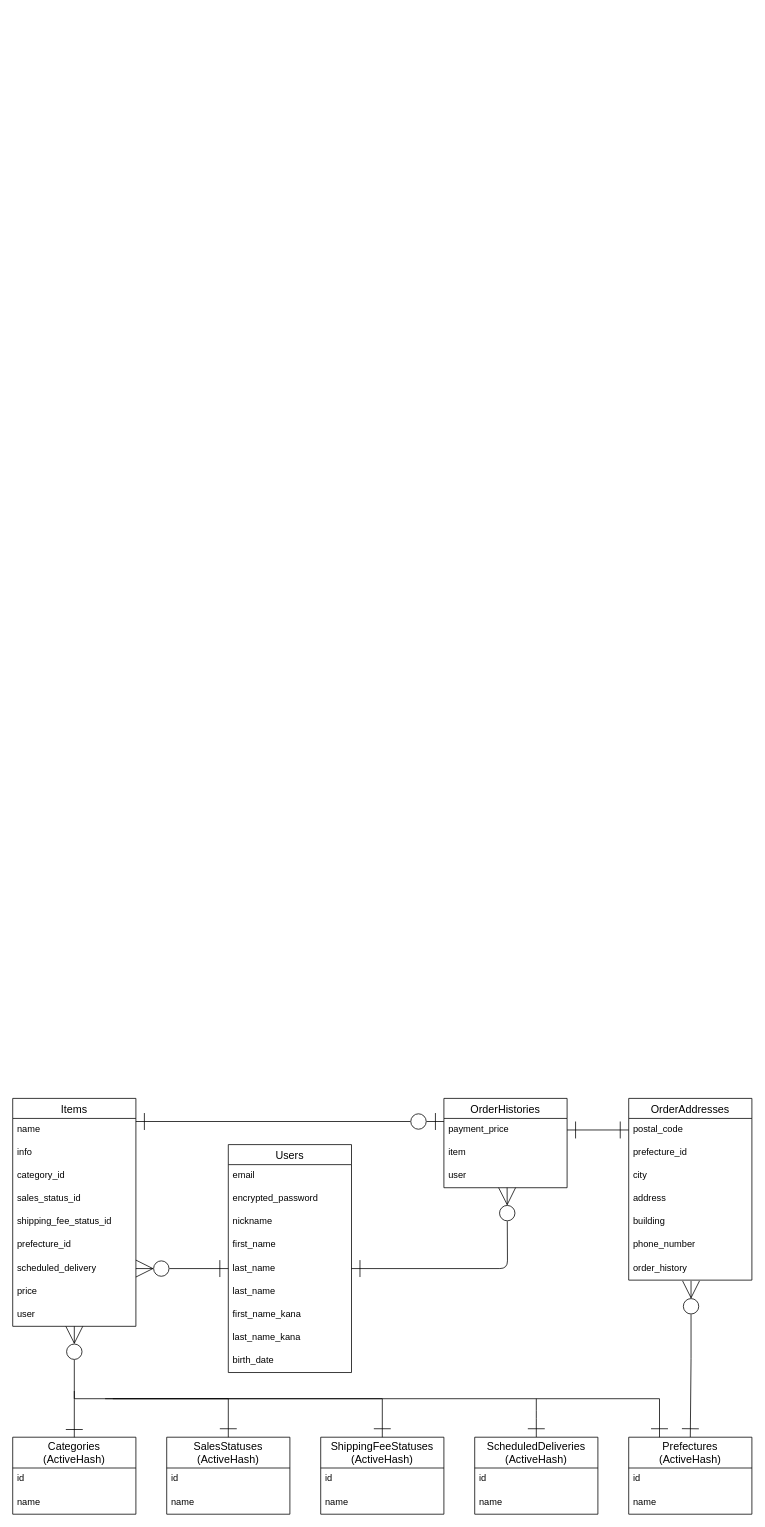
Above: ER.dio in Koji5/furima-39167 (draw.io), before the change. Source tidied: cells renumbered, new cells numbered last; positions are measured from the earlier drawing's top-left corner, leaving out a move shared by most shapes. Both pictures are drawn from the tidied source at 77%, with x=0, y=0 at pixel (12, 1098).
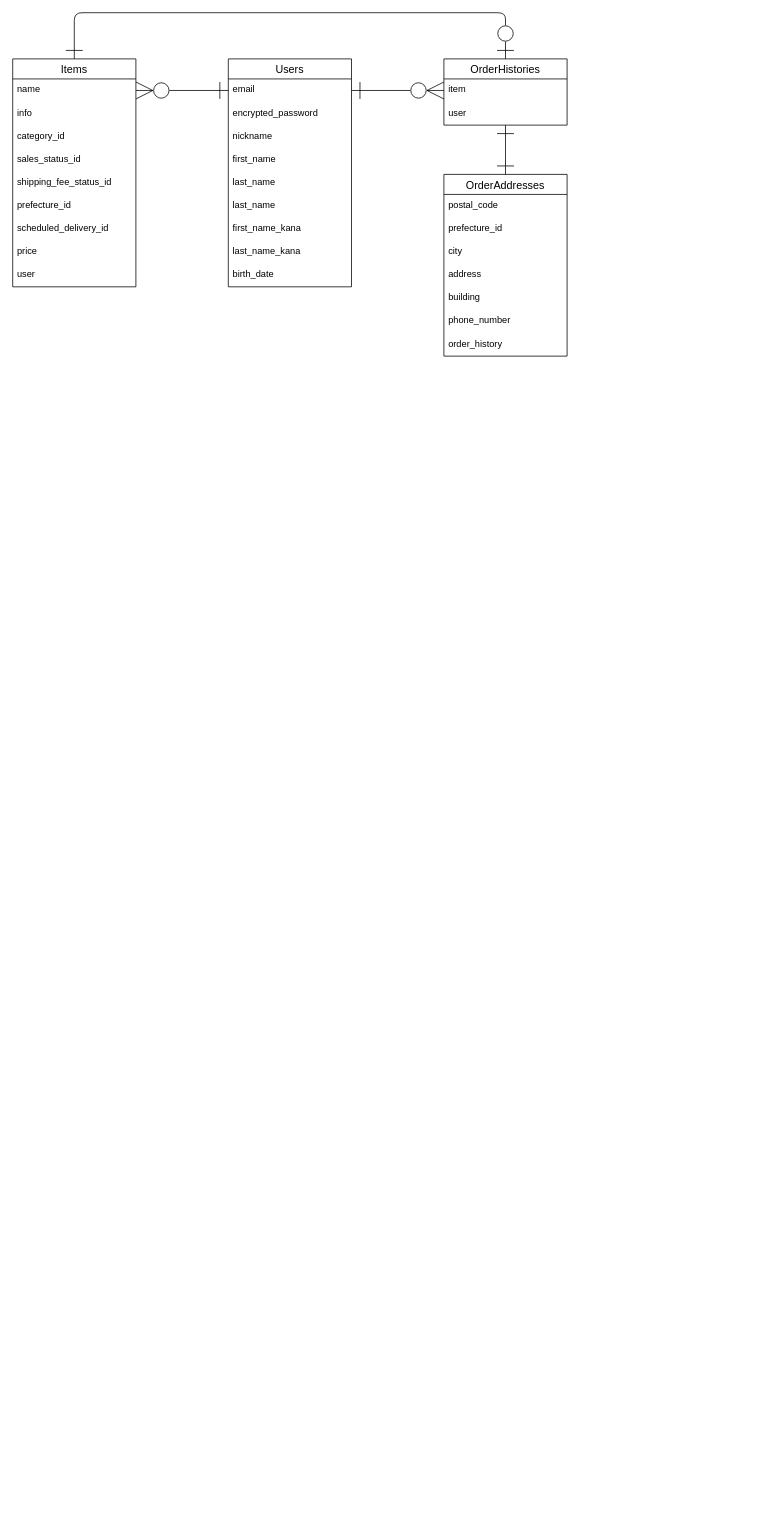
After the change.

Unchanged cells that the change refers to:
```xml
<mxCell id="4" value="email" style="text;strokeColor=none;fillColor=none;spacingLeft=4;spacingRight=4;overflow=hidden;points=[[0,0.5],[1,0.5]];portConstraint=eastwest;fontSize=12;rounded=0;" parent="3" vertex="1">
  <mxGeometry y="26" width="160" height="30" as="geometry" />
</mxCell>
<mxCell id="8" value="last_name" style="text;strokeColor=none;fillColor=none;spacingLeft=4;spacingRight=4;overflow=hidden;points=[[0,0.5],[1,0.5]];portConstraint=eastwest;fontSize=12;rounded=0;" parent="3" vertex="1">
  <mxGeometry y="146" width="160" height="30" as="geometry" />
</mxCell>
<mxCell id="30" value="name" style="text;strokeColor=none;fillColor=none;spacingLeft=4;spacingRight=4;overflow=hidden;points=[[0,0.5],[1,0.5]];portConstraint=eastwest;fontSize=12;rounded=0;" parent="29" vertex="1">
  <mxGeometry y="26" width="160" height="30" as="geometry" />
</mxCell>
<mxCell id="47" value="postal_code" style="text;strokeColor=none;fillColor=none;spacingLeft=4;spacingRight=4;overflow=hidden;points=[[0,0.5],[1,0.5]];portConstraint=eastwest;fontSize=12;rounded=0;" parent="46" vertex="1">
  <mxGeometry y="26" width="160" height="30" as="geometry" />
</mxCell>
<mxCell id="53" value="order_history" style="text;strokeColor=none;fillColor=none;spacingLeft=4;spacingRight=4;overflow=hidden;points=[[0,0.5],[1,0.5]];portConstraint=eastwest;fontSize=12;rounded=0;" parent="46" vertex="1">
  <mxGeometry y="206" width="160" height="30" as="geometry" />
</mxCell>
```

Diff of the diagram source:
```diff
@@
-    <mxCell id="2" style="edgeStyle=elbowEdgeStyle;elbow=vertical;html=1;startArrow=ERzeroToMany;startFill=0;endArrow=ERone;endFill=0;startSize=20;endSize=20;rounded=0;exitX=0.5;exitY=0.967;exitDx=0;exitDy=0;exitPerimeter=0;" parent="1" edge="1">
-      <mxGeometry relative="1" as="geometry">
-        <mxPoint x="80" y="296" as="sourcePoint" />
-        <mxPoint x="80" y="441" as="targetPoint" />
-        <Array as="points">
-          <mxPoint x="220" y="391" />
-          <mxPoint x="230" y="361" />
-        </Array>
-      </mxGeometry>
-    </mxCell>
     <mxCell id="3" value="Users" style="swimlane;fontStyle=0;horizontal=1;startSize=26;align=center;fontSize=14;rounded=0;" parent="1" vertex="1">
-      <mxGeometry x="280" y="60" width="160" height="296" as="geometry" />
+      <mxGeometry x="280" y="-1350" width="160" height="296" as="geometry" />
     </mxCell>
@@
-    <mxCell id="13" value="Categories&#10;(ActiveHash)" style="swimlane;fontStyle=0;horizontal=1;startSize=40;align=center;fontSize=14;rounded=0;" parent="1" vertex="1">
-      <mxGeometry y="440" width="160" height="100" as="geometry" />
-    </mxCell>
-    <mxCell id="14" value="id" style="text;strokeColor=none;fillColor=none;spacingLeft=4;spacingRight=4;overflow=hidden;fontSize=12;rounded=0;" parent="13" vertex="1">
-      <mxGeometry y="40" width="160" height="30" as="geometry" />
-    </mxCell>
-    <mxCell id="15" value="name" style="text;strokeColor=none;fillColor=none;spacingLeft=4;spacingRight=4;overflow=hidden;fontSize=12;rounded=0;" parent="13" vertex="1">
-      <mxGeometry y="70" width="160" height="30" as="geometry" />
-    </mxCell>
-    <mxCell id="16" value="SalesStatuses&#10;(ActiveHash)" style="swimlane;fontStyle=0;horizontal=1;startSize=40;align=center;fontSize=14;rounded=0;" parent="1" vertex="1">
-      <mxGeometry x="200" y="440" width="160" height="100" as="geometry" />
-    </mxCell>
-    <mxCell id="17" value="id" style="text;strokeColor=none;fillColor=none;spacingLeft=4;spacingRight=4;overflow=hidden;fontSize=12;rounded=0;" parent="16" vertex="1">
-      <mxGeometry y="40" width="160" height="30" as="geometry" />
-    </mxCell>
-    <mxCell id="18" value="name" style="text;strokeColor=none;fillColor=none;spacingLeft=4;spacingRight=4;overflow=hidden;fontSize=12;rounded=0;" parent="16" vertex="1">
-      <mxGeometry y="70" width="160" height="30" as="geometry" />
-    </mxCell>
-    <mxCell id="19" value="ShippingFeeStatuses&#10;(ActiveHash)" style="swimlane;fontStyle=0;horizontal=1;startSize=40;align=center;fontSize=14;rounded=0;" parent="1" vertex="1">
-      <mxGeometry x="400" y="440" width="160" height="100" as="geometry" />
-    </mxCell>
-    <mxCell id="20" value="id" style="text;strokeColor=none;fillColor=none;spacingLeft=4;spacingRight=4;overflow=hidden;fontSize=12;rounded=0;" parent="19" vertex="1">
-      <mxGeometry y="40" width="160" height="30" as="geometry" />
-    </mxCell>
-    <mxCell id="21" value="name" style="text;strokeColor=none;fillColor=none;spacingLeft=4;spacingRight=4;overflow=hidden;fontSize=12;rounded=0;" parent="19" vertex="1">
-      <mxGeometry y="70" width="160" height="30" as="geometry" />
-    </mxCell>
-    <mxCell id="22" style="edgeStyle=elbowEdgeStyle;elbow=vertical;html=1;startArrow=ERzeroToMany;startFill=0;endArrow=ERone;endFill=0;startSize=20;endSize=20;entryX=0.5;entryY=0;entryDx=0;entryDy=0;rounded=0;exitX=0.506;exitY=1.033;exitDx=0;exitDy=0;exitPerimeter=0;" parent="1" edge="1" source="53" target="23">
-      <mxGeometry relative="1" as="geometry" />
-    </mxCell>
-    <mxCell id="23" value="Prefectures&#10;(ActiveHash)" style="swimlane;fontStyle=0;horizontal=1;startSize=40;align=center;fontSize=14;rounded=0;" parent="1" vertex="1">
-      <mxGeometry x="800" y="440" width="160" height="100" as="geometry" />
-    </mxCell>
-    <mxCell id="24" value="id" style="text;strokeColor=none;fillColor=none;spacingLeft=4;spacingRight=4;overflow=hidden;fontSize=12;rounded=0;" parent="23" vertex="1">
-      <mxGeometry y="40" width="160" height="30" as="geometry" />
-    </mxCell>
-    <mxCell id="25" value="name" style="text;strokeColor=none;fillColor=none;spacingLeft=4;spacingRight=4;overflow=hidden;fontSize=12;rounded=0;" parent="23" vertex="1">
-      <mxGeometry y="70" width="160" height="30" as="geometry" />
-    </mxCell>
-    <mxCell id="26" style="edgeStyle=elbowEdgeStyle;elbow=vertical;html=1;startArrow=none;startFill=0;endArrow=ERone;endFill=0;startSize=20;endSize=20;entryX=0.5;entryY=0;entryDx=0;entryDy=0;rounded=0;" parent="1" edge="1" target="16">
-      <mxGeometry relative="1" as="geometry">
-        <mxPoint x="120" y="390" as="sourcePoint" />
-        <Array as="points">
-          <mxPoint x="360" y="390" />
-        </Array>
-      </mxGeometry>
-    </mxCell>
-    <mxCell id="27" style="edgeStyle=elbowEdgeStyle;elbow=vertical;html=1;startArrow=none;startFill=0;endArrow=ERone;endFill=0;startSize=20;endSize=20;entryX=0.5;entryY=0;entryDx=0;entryDy=0;rounded=0;" parent="1" edge="1" target="19">
-      <mxGeometry relative="1" as="geometry">
-        <mxPoint x="130" y="390" as="sourcePoint" />
-        <Array as="points">
-          <mxPoint x="420" y="390" />
-        </Array>
-      </mxGeometry>
-    </mxCell>
-    <mxCell id="28" style="edgeStyle=elbowEdgeStyle;elbow=vertical;html=1;startArrow=none;startFill=0;endArrow=ERone;endFill=0;startSize=20;endSize=20;entryX=0.25;entryY=0;entryDx=0;entryDy=0;rounded=0;" parent="1" edge="1" target="23">
-      <mxGeometry relative="1" as="geometry">
-        <mxPoint x="80" y="380" as="sourcePoint" />
-        <Array as="points">
-          <mxPoint x="510" y="390" />
-        </Array>
-      </mxGeometry>
-    </mxCell>
     <mxCell id="29" value="Items" style="swimlane;fontStyle=0;horizontal=1;startSize=26;align=center;fontSize=14;rounded=0;" parent="1" vertex="1">
-      <mxGeometry width="160" height="296" as="geometry" />
+      <mxGeometry y="-1350" width="160" height="296" as="geometry" />
     </mxCell>
@@
-    <mxCell id="36" value="scheduled_delivery" style="text;strokeColor=none;fillColor=none;spacingLeft=4;spacingRight=4;overflow=hidden;points=[[0,0.5],[1,0.5]];portConstraint=eastwest;fontSize=12;rounded=0;" parent="29" vertex="1">
+    <mxCell id="36" value="scheduled_delivery_id" style="text;strokeColor=none;fillColor=none;spacingLeft=4;spacingRight=4;overflow=hidden;points=[[0,0.5],[1,0.5]];portConstraint=eastwest;fontSize=12;rounded=0;" parent="29" vertex="1">
       <mxGeometry y="206" width="160" height="30" as="geometry" />
     </mxCell>
@@
     <mxCell id="39" value="OrderHistories" style="swimlane;fontStyle=0;horizontal=1;startSize=26;align=center;fontSize=14;rounded=0;" parent="1" vertex="1">
-      <mxGeometry x="560" width="160" height="116" as="geometry" />
+      <mxGeometry x="560" y="-1350" width="160" height="86" as="geometry" />
     </mxCell>
-    <mxCell id="40" value="payment_price" style="text;strokeColor=none;fillColor=none;spacingLeft=4;spacingRight=4;overflow=hidden;points=[[0,0.5],[1,0.5]];portConstraint=eastwest;fontSize=12;rounded=0;" parent="39" vertex="1">
-      <mxGeometry y="26" width="160" height="30" as="geometry" />
-    </mxCell>
     <mxCell id="41" value="item" style="text;strokeColor=none;fillColor=none;spacingLeft=4;spacingRight=4;overflow=hidden;points=[[0,0.5],[1,0.5]];portConstraint=eastwest;fontSize=12;rounded=0;" parent="39" vertex="1">
-      <mxGeometry y="56" width="160" height="30" as="geometry" />
+      <mxGeometry y="26" width="160" height="30" as="geometry" />
     </mxCell>
     <mxCell id="42" value="user" style="text;strokeColor=none;fillColor=none;spacingLeft=4;spacingRight=4;overflow=hidden;points=[[0,0.5],[1,0.5]];portConstraint=eastwest;fontSize=12;rounded=0;" parent="39" vertex="1">
-      <mxGeometry y="86" width="160" height="30" as="geometry" />
+      <mxGeometry y="56" width="160" height="30" as="geometry" />
     </mxCell>
-    <mxCell id="43" style="edgeStyle=none;html=1;endSize=20;startSize=20;startArrow=ERone;startFill=0;endArrow=ERzeroToOne;endFill=0;" parent="1" edge="1">
+    <mxCell id="43" style="edgeStyle=orthogonalEdgeStyle;html=1;endSize=20;startSize=20;startArrow=ERone;startFill=0;endArrow=ERzeroToOne;endFill=0;entryX=0.5;entryY=0;entryDx=0;entryDy=0;exitX=0.5;exitY=0;exitDx=0;exitDy=0;" parent="1" edge="1" source="29" target="39">
       <mxGeometry relative="1" as="geometry">
-        <mxPoint x="160" y="30" as="sourcePoint" />
-        <mxPoint x="560" y="30" as="targetPoint" />
+        <Array as="points">
+          <mxPoint x="80" y="-1410" />
+          <mxPoint x="640" y="-1410" />
+        </Array>
       </mxGeometry>
     </mxCell>
-    <mxCell id="44" style="edgeStyle=none;html=1;exitX=0;exitY=0.5;exitDx=0;exitDy=0;startArrow=ERone;startFill=0;endArrow=ERzeroToMany;endFill=0;startSize=20;endSize=20;entryX=1;entryY=0.5;entryDx=0;entryDy=0;" parent="1" edge="1" source="8" target="36">
+    <mxCell id="44" style="html=1;startArrow=ERone;startFill=0;endArrow=ERzeroToMany;endFill=0;startSize=20;endSize=20;" parent="1" edge="1" source="4" target="30">
       <mxGeometry relative="1" as="geometry" />
     </mxCell>
-    <mxCell id="45" style="edgeStyle=orthogonalEdgeStyle;html=1;startArrow=ERone;startFill=0;endArrow=ERzeroToMany;endFill=0;startSize=20;endSize=20;elbow=vertical;entryX=0.513;entryY=1.033;entryDx=0;entryDy=0;entryPerimeter=0;exitX=1;exitY=0.5;exitDx=0;exitDy=0;" parent="1" edge="1" source="8">
-      <mxGeometry relative="1" as="geometry">
-        <mxPoint x="642.1" y="116" as="targetPoint" />
-      </mxGeometry>
+    <mxCell id="45" style="html=1;startArrow=ERone;startFill=0;endArrow=ERzeroToMany;endFill=0;startSize=20;endSize=20;elbow=vertical;exitX=1;exitY=0.5;exitDx=0;exitDy=0;" parent="1" edge="1" source="4" target="41">
+      <mxGeometry relative="1" as="geometry" />
     </mxCell>
     <mxCell id="46" value="OrderAddresses" style="swimlane;fontStyle=0;horizontal=1;startSize=26;align=center;fontSize=14;" parent="1" vertex="1">
-      <mxGeometry x="800" width="160" height="236" as="geometry" />
+      <mxGeometry x="560" y="-1200" width="160" height="236" as="geometry" />
     </mxCell>
@@
-    <mxCell id="54" style="edgeStyle=orthogonalEdgeStyle;html=1;exitX=0.5;exitY=0;exitDx=0;exitDy=0;elbow=vertical;endArrow=none;endFill=0;startArrow=ERone;startFill=0;endSize=20;startSize=20;" parent="1" edge="1" source="55">
-      <mxGeometry relative="1" as="geometry">
-        <mxPoint x="680" y="390" as="targetPoint" />
-      </mxGeometry>
-    </mxCell>
-    <mxCell id="55" value="ScheduledDeliveries&#10;(ActiveHash)" style="swimlane;fontStyle=0;horizontal=1;startSize=40;align=center;fontSize=14;rounded=0;" parent="1" vertex="1">
-      <mxGeometry x="600" y="440" width="160" height="100" as="geometry" />
-    </mxCell>
-    <mxCell id="56" value="id" style="text;strokeColor=none;fillColor=none;spacingLeft=4;spacingRight=4;overflow=hidden;fontSize=12;rounded=0;" parent="55" vertex="1">
-      <mxGeometry y="40" width="160" height="30" as="geometry" />
-    </mxCell>
-    <mxCell id="57" value="name" style="text;strokeColor=none;fillColor=none;spacingLeft=4;spacingRight=4;overflow=hidden;fontSize=12;rounded=0;" parent="55" vertex="1">
-      <mxGeometry y="70" width="160" height="30" as="geometry" />
-    </mxCell>
-    <mxCell id="58" style="edgeStyle=orthogonalEdgeStyle;html=1;exitX=0;exitY=0.5;exitDx=0;exitDy=0;entryX=1;entryY=0.5;entryDx=0;entryDy=0;startArrow=ERone;startFill=0;endArrow=ERone;endFill=0;startSize=20;endSize=20;elbow=vertical;" parent="1" edge="1" source="47" target="40">
+    <mxCell id="58" style="html=1;startArrow=ERone;startFill=0;endArrow=ERone;endFill=0;startSize=20;endSize=20;elbow=vertical;exitX=0.5;exitY=0;exitDx=0;exitDy=0;" parent="1" edge="1" source="46" target="42">
       <mxGeometry relative="1" as="geometry" />
     </mxCell>
```
